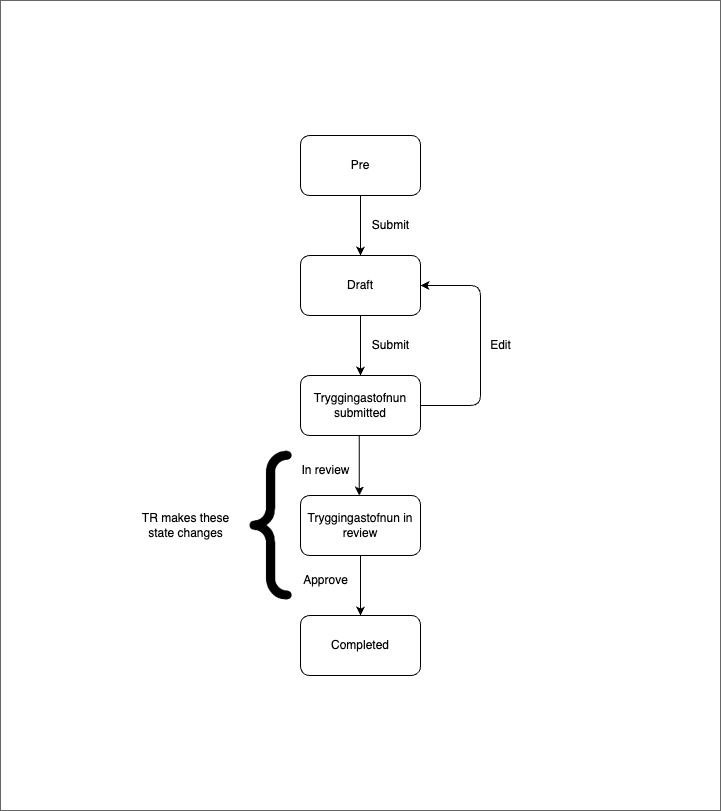
This is libs/application/templates/social-insurance-administration/income-plan/assets/income-plan-flow-chart.png from island-is/island.is, a draw.io export, as it was before one commit. Source tidied: cells renumbered, new cells last; positions are measured from the earlier drawing's top-left corner, leaving out a move shared by most shapes.
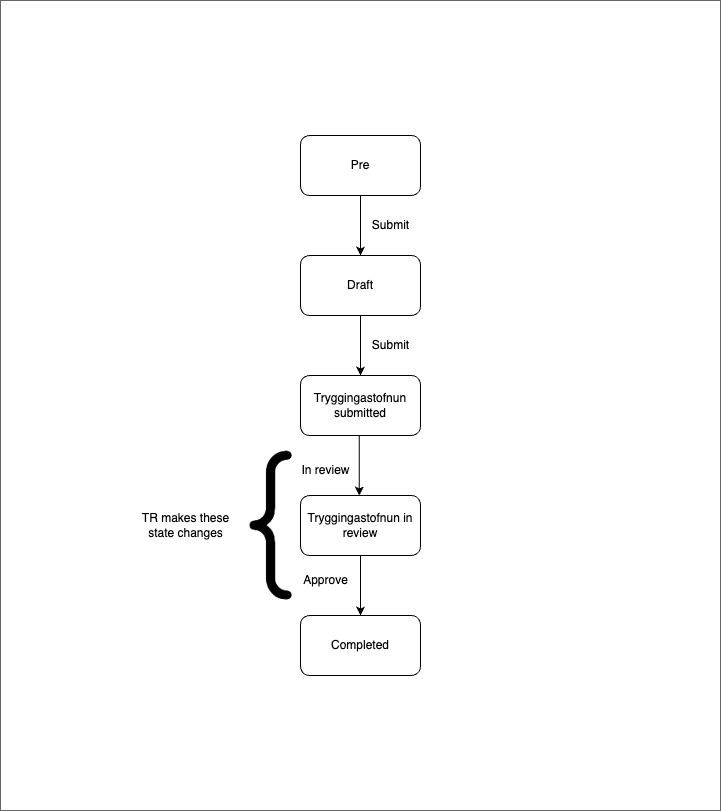
After the commit.

Commit message:
fix validation and edit ip flow chart

What changed in the source:
```diff
@@ -32,17 +32,6 @@
     <mxCell id="11" value="Submit" style="text;html=1;align=center;verticalAlign=middle;strokeColor=none;fillColor=none;fontColor=#000000;" parent="1" vertex="1">
       <mxGeometry x="360" y="210" width="60" height="30" as="geometry" />
     </mxCell>
-    <mxCell id="12" style="endArrow=classic;html=1;fontColor=#FFFFFF;strokeColor=#000000;" parent="1" edge="1" source="4" target="3">
-      <mxGeometry relative="1" as="geometry">
-        <Array as="points">
-          <mxPoint x="480" y="405" />
-          <mxPoint x="480" y="285" />
-        </Array>
-      </mxGeometry>
-    </mxCell>
-    <mxCell id="13" value="Edit" style="text;html=1;align=center;verticalAlign=middle;strokeColor=none;fillColor=none;fontColor=#000000;" parent="1" vertex="1">
-      <mxGeometry x="480" y="330" width="40" height="30" as="geometry" />
-    </mxCell>
     <mxCell id="14" value="In review" style="text;html=1;align=center;verticalAlign=middle;strokeColor=none;fillColor=none;fontColor=#000000;" parent="1" vertex="1">
       <mxGeometry x="290" y="455" width="70" height="30" as="geometry" />
     </mxCell>
```
